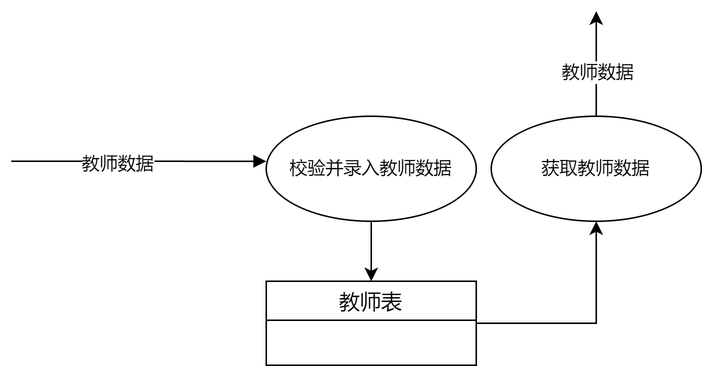
Before: 第一章/处理教师数据=数据流图.drawio.png, a diagram exported from draw.io (JackeyTower/pic-work). Source tidied: cells renumbered, new cells last; positions are measured from the earlier drawing's top-left corner, leaving out a move shared by most shapes. Source of this version:
```xml
<mxGraphModel>
  <root>
    <mxCell id="0" />
    <mxCell id="1" parent="0" />
    <mxCell id="2" style="edgeStyle=orthogonalEdgeStyle;rounded=0;jettySize=auto;html=1;" parent="1" edge="1" source="3" target="7">
      <mxGeometry relative="1" as="geometry" />
    </mxCell>
    <mxCell id="3" value="校验并录入教师数据" style="ellipse;whiteSpace=wrap;html=1;" parent="1" vertex="1">
      <mxGeometry x="170" y="70" width="140" height="70" as="geometry" />
    </mxCell>
    <mxCell id="4" style="endArrow=block;endFill=1;html=1;edgeStyle=orthogonalEdgeStyle;align=left;verticalAlign=top;rounded=0;entryX=0;entryY=0.429;entryDx=0;entryDy=0;entryPerimeter=0;" parent="1" edge="1" target="3">
      <mxGeometry x="-1" relative="1" as="geometry">
        <mxPoint y="100" as="sourcePoint" />
        <Array as="points">
          <mxPoint x="10" y="100" />
        </Array>
      </mxGeometry>
    </mxCell>
    <mxCell id="5" value="教师数据" style="edgeLabel;html=1;align=center;verticalAlign=middle;" parent="4" vertex="1">
      <mxGeometry x="-0.16" y="-1" relative="1" as="geometry" />
    </mxCell>
    <mxCell id="6" style="edgeStyle=orthogonalEdgeStyle;rounded=0;jettySize=auto;html=1;entryX=0.5;entryY=1;entryDx=0;entryDy=0;" parent="1" edge="1" source="7" target="10">
      <mxGeometry relative="1" as="geometry" />
    </mxCell>
    <mxCell id="7" value="教师表" style="swimlane;fontStyle=0;horizontal=1;startSize=26;align=center;fontSize=14;" parent="1" vertex="1">
      <mxGeometry x="170" y="180" width="140" height="56" as="geometry" />
    </mxCell>
    <mxCell id="8" style="edgeStyle=orthogonalEdgeStyle;rounded=0;jettySize=auto;html=1;" parent="1" edge="1" source="10">
      <mxGeometry relative="1" as="geometry">
        <mxPoint x="390" as="targetPoint" />
      </mxGeometry>
    </mxCell>
    <mxCell id="9" value="教师数据" style="edgeLabel;html=1;align=center;verticalAlign=middle;" parent="8" vertex="1">
      <mxGeometry x="-0.15" relative="1" as="geometry" />
    </mxCell>
    <mxCell id="10" value="获取教师数据" style="ellipse;whiteSpace=wrap;html=1;" parent="1" vertex="1">
      <mxGeometry x="320" y="70" width="140" height="70" as="geometry" />
    </mxCell>
  </root>
</mxGraphModel>
```
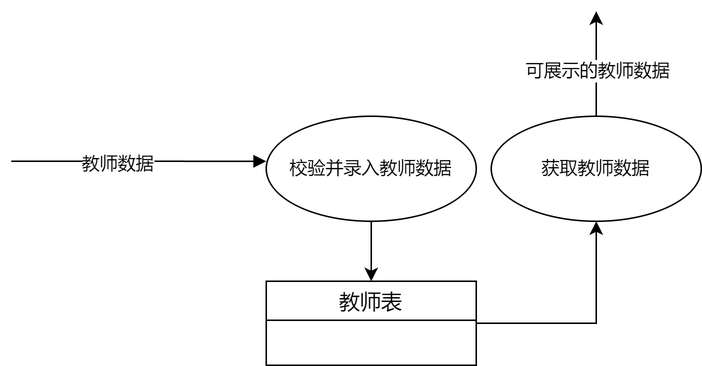
After the commit.

Commit message:
已添加 处理教师数据=数据流图.drawio.png

Diff of the diagram source:
```diff
@@ -30,7 +30,7 @@
         <mxPoint x="390" as="targetPoint" />
       </mxGeometry>
     </mxCell>
-    <mxCell id="9" value="教师数据" style="edgeLabel;html=1;align=center;verticalAlign=middle;" parent="8" vertex="1">
+    <mxCell id="9" value="可展示的教师数据" style="edgeLabel;html=1;align=center;verticalAlign=middle;" parent="8" vertex="1">
       <mxGeometry x="-0.15" relative="1" as="geometry" />
     </mxCell>
     <mxCell id="10" value="获取教师数据" style="ellipse;whiteSpace=wrap;html=1;" parent="1" vertex="1">
```
